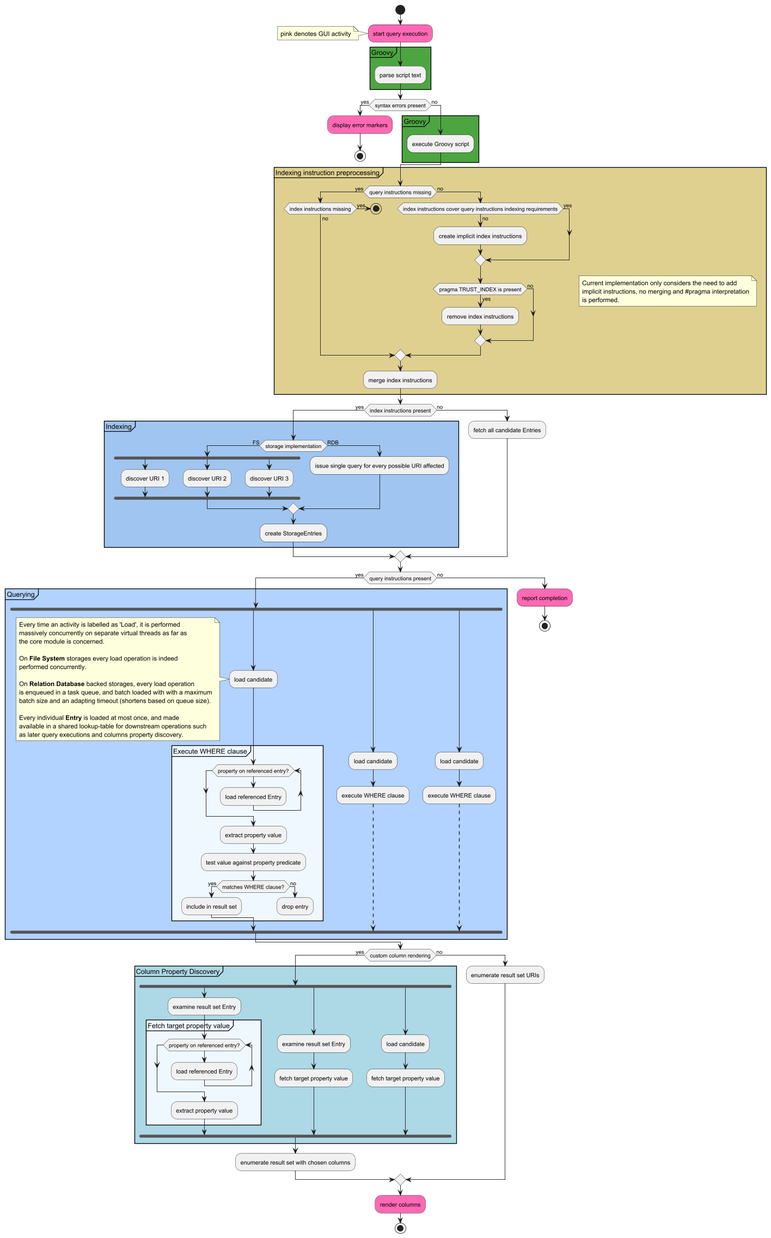
Earlier version of the PlantUML export devlog_0_4/query_execution-0.png (szabolcs-bazil-papp/storage-explorer). Source of this version:
```plantuml
@startuml
start
#HotPink:start query execution;
note
  pink denotes GUI activity
end note
group #4da542 Groovy {
  :parse script text;
}
if (syntax errors present) then (yes)
  #HotPink:display error markers;
  stop
else (no)
  group #4da542 Groovy {
    :execute Groovy script;
  }
endif

partition #dfd090 "Indexing instruction preprocessing" {
  note right
    Current implementation only considers the need to add
    implicit instructions, no merging and #pragma interpretation
    is performed.
  end note
  if (query instructions missing) then (yes)
    if (index instructions missing) then (yes)
      stop
    else (no)
    endif
  else (no)
    if (index instructions cover query instructions indexing requirements) then (yes)
    else (no)
      :create implicit index instructions;
    endif

    if (pragma TRUST_INDEX is present) then (yes)
      :remove index instructions;
    else (no)
    endif
  endif
  :merge index instructions;
}


if (index instructions present) then (yes)
  partition #a0c5f0 "Indexing" {
    if (storage implementation) then (FS)
      fork
        :discover URI 1;
      fork again
        :discover URI 2;
      fork again
        :discover URI 3;
      end fork
    else (RDB)
      :issue single query for every possible URI affected;
    endif
    :create StorageEntries;
  }
else (no)
  :fetch all candidate Entries;
endif

if (query instructions present) then (yes)
  partition #b2d2ff "Querying" {
    fork
      :load candidate;
      note
        Every time an activity is labelled as 'Load', it is performed
        massively concurrently on separate virtual threads as far as
        the core module is concerned.

        On <b>File System</b> storages every load operation is indeed
        performed concurrently.

        On <b>Relation Database</b> backed storages, every load operation
        is enqueued in a task queue, and batch loaded with with a maximum
        batch size and an adapting timeout (shortens based on queue size).

        Every individual <b>Entry</b> is loaded at most once, and made
        available in a shared lookup-table for downstream operations such
        as later query executions and columns property discovery.
      end note
      partition #aliceblue "Execute WHERE clause" {
        while (property on referenced entry?)
          :load referenced Entry;
        endwhile
        :extract property value;
        :test value against property predicate;
        if (matches WHERE clause?) then (yes)
          :include in result set;
        else (no)
          :drop entry;
          kill
        endif
      }
    fork again
      :load candidate;
      :execute WHERE clause;
      -[dashed]->
    fork again
      :load candidate;
      :execute WHERE clause;
      -[dashed]->
    end fork
  }
else (no)
  #HotPink:report completion;
  stop
endif

if (custom column rendering) then (yes)
  partition #lightblue "Column Property Discovery" {
    fork
      :examine result set Entry;
      partition #aliceblue "Fetch target property value" {
        while (property on referenced entry?)
          :load referenced Entry;
        endwhile
        :extract property value;
      }
    fork again
      :examine result set Entry;
      :fetch target property value;
    fork again
      :load candidate;
      :fetch target property value;
    end fork
  }
  :enumerate result set with chosen columns;
else (no)
  :enumerate result set URIs;
endif

#HotPink:render columns;

stop
@enduml
```
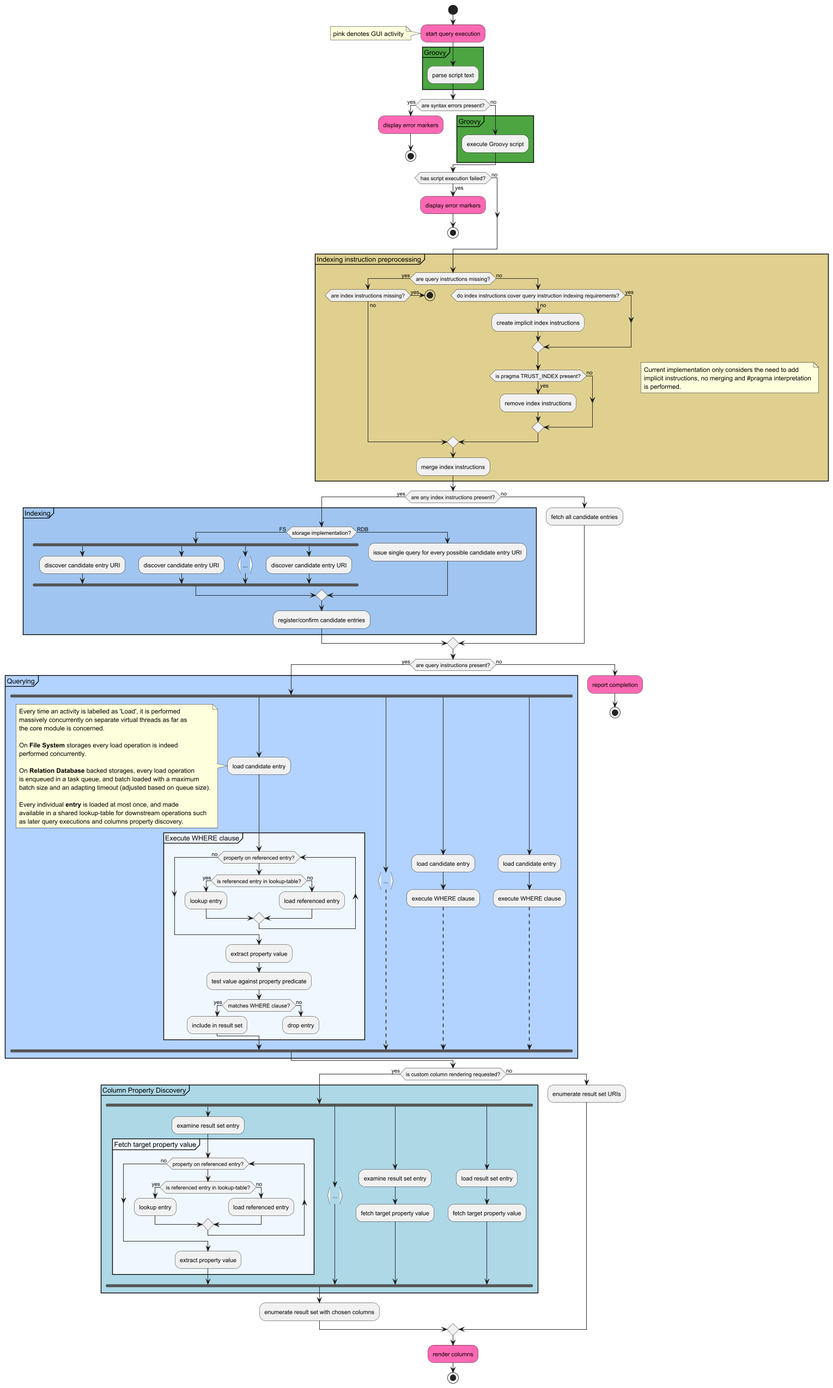
Later version of the same file.

What changed in the source:
```diff
@@ -7,7 +7,7 @@
 group #4da542 Groovy {
   :parse script text;
 }
-if (syntax errors present) then (yes)
+if (are syntax errors present?) then (yes)
   #HotPink:display error markers;
   stop
 else (no)
@@ -16,24 +16,30 @@
   }
 endif
 
+if (has script execution failed?) is (yes) then
+  #HotPink:display error markers;
+  stop
+else (no)
+endif
+
 partition #dfd090 "Indexing instruction preprocessing" {
   note right
     Current implementation only considers the need to add
     implicit instructions, no merging and #pragma interpretation
     is performed.
   end note
-  if (query instructions missing) then (yes)
-    if (index instructions missing) then (yes)
+  if (are query instructions missing?) then (yes)
+    if (are index instructions missing?) then (yes)
       stop
     else (no)
     endif
   else (no)
-    if (index instructions cover query instructions indexing requirements) then (yes)
+    if (do index instructions cover query instruction indexing requirements?) then (yes)
     else (no)
       :create implicit index instructions;
     endif
 
-    if (pragma TRUST_INDEX is present) then (yes)
+    if (is pragma TRUST_INDEX present?) then (yes)
       :remove index instructions;
     else (no)
     endif
@@ -42,29 +48,31 @@
 }
 
 
-if (index instructions present) then (yes)
+if (are any index instructions present?) then (yes)
   partition #a0c5f0 "Indexing" {
-    if (storage implementation) then (FS)
+    if (storage implementation?) then (FS)
       fork
-        :discover URI 1;
+        :discover candidate entry URI;
       fork again
-        :discover URI 2;
+        :discover candidate entry URI;
       fork again
-        :discover URI 3;
+        :...; <<continuous>>
+      fork again
+        :discover candidate entry URI;
       end fork
     else (RDB)
-      :issue single query for every possible URI affected;
+      :issue single query for every possible candidate entry URI;
     endif
-    :create StorageEntries;
+    :register/confirm candidate entries;
   }
 else (no)
-  :fetch all candidate Entries;
+  :fetch all candidate entries;
 endif
 
-if (query instructions present) then (yes)
+if (are query instructions present?) then (yes)
   partition #b2d2ff "Querying" {
     fork
-      :load candidate;
+      :load candidate entry;
       note
         Every time an activity is labelled as 'Load', it is performed
         massively concurrently on separate virtual threads as far as
@@ -74,17 +82,21 @@
         performed concurrently.
 
         On <b>Relation Database</b> backed storages, every load operation
-        is enqueued in a task queue, and batch loaded with with a maximum
-        batch size and an adapting timeout (shortens based on queue size).
+        is enqueued in a task queue, and batch loaded with a maximum
+        batch size and an adapting timeout (adjusted based on queue size).
 
-        Every individual <b>Entry</b> is loaded at most once, and made
+        Every individual <b>entry</b> is loaded at most once, and made
         available in a shared lookup-table for downstream operations such
         as later query executions and columns property discovery.
       end note
       partition #aliceblue "Execute WHERE clause" {
         while (property on referenced entry?)
-          :load referenced Entry;
-        endwhile
+          if (is referenced entry in lookup-table?) then (yes)
+            :lookup entry;
+          else (no)
+            :load referenced entry;
+          endif
+        endwhile (no)
         :extract property value;
         :test value against property predicate;
         if (matches WHERE clause?) then (yes)
@@ -95,11 +107,14 @@
         endif
       }
     fork again
-      :load candidate;
+      :...; <<continuous>>
+      -[dashed]->
+    fork again
+      :load candidate entry;
       :execute WHERE clause;
       -[dashed]->
     fork again
-      :load candidate;
+      :load candidate entry;
       :execute WHERE clause;
       -[dashed]->
     end fork
@@ -109,21 +124,27 @@
   stop
 endif
 
-if (custom column rendering) then (yes)
+if (is custom column rendering requested?) then (yes)
   partition #lightblue "Column Property Discovery" {
     fork
-      :examine result set Entry;
+      :examine result set entry;
       partition #aliceblue "Fetch target property value" {
         while (property on referenced entry?)
-          :load referenced Entry;
-        endwhile
+          if (is referenced entry in lookup-table?) then (yes)
+            :lookup entry;
+          else (no)
+            :load referenced entry;
+          endif
+        endwhile (no)
         :extract property value;
       }
     fork again
-      :examine result set Entry;
+      :...; <<continuous>>
+    fork again
+      :examine result set entry;
       :fetch target property value;
     fork again
-      :load candidate;
+      :load result set entry;
       :fetch target property value;
     end fork
   }
```
